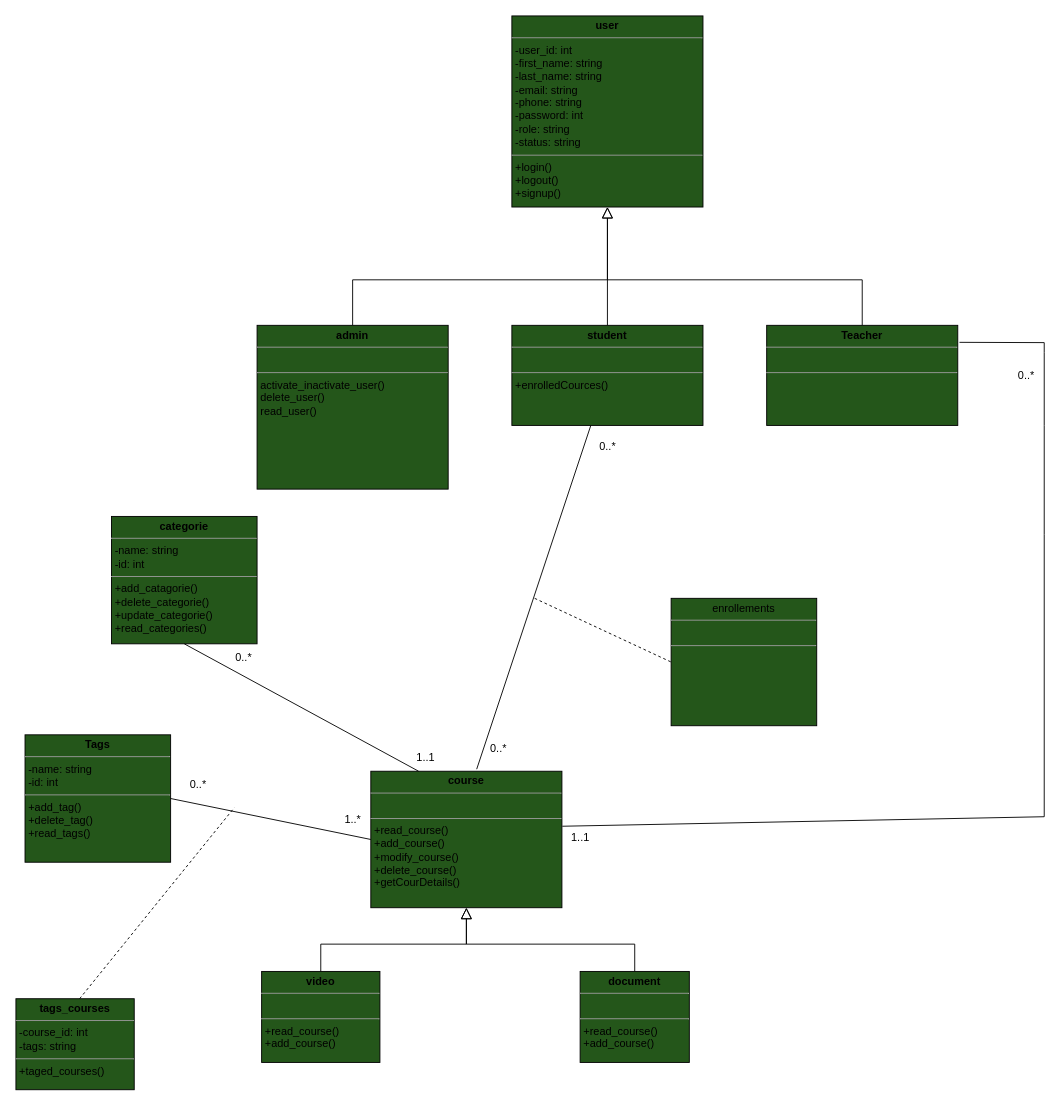
Abderrahman-Ahouari/brief-crois-e-2-Plateforme-de-Cours-en-Ligne-Youdemy keeps this draw.io diagram as UML/diagramme_de_classe.drawio. Above is the earlier version. Source tidied: cells renumbered, new cells numbered last; positions are measured from the earlier drawing's top-left corner, leaving out a move shared by most shapes. Both pictures are drawn from the tidied source at 91%, with x=0, y=0 at pixel (15, 15).
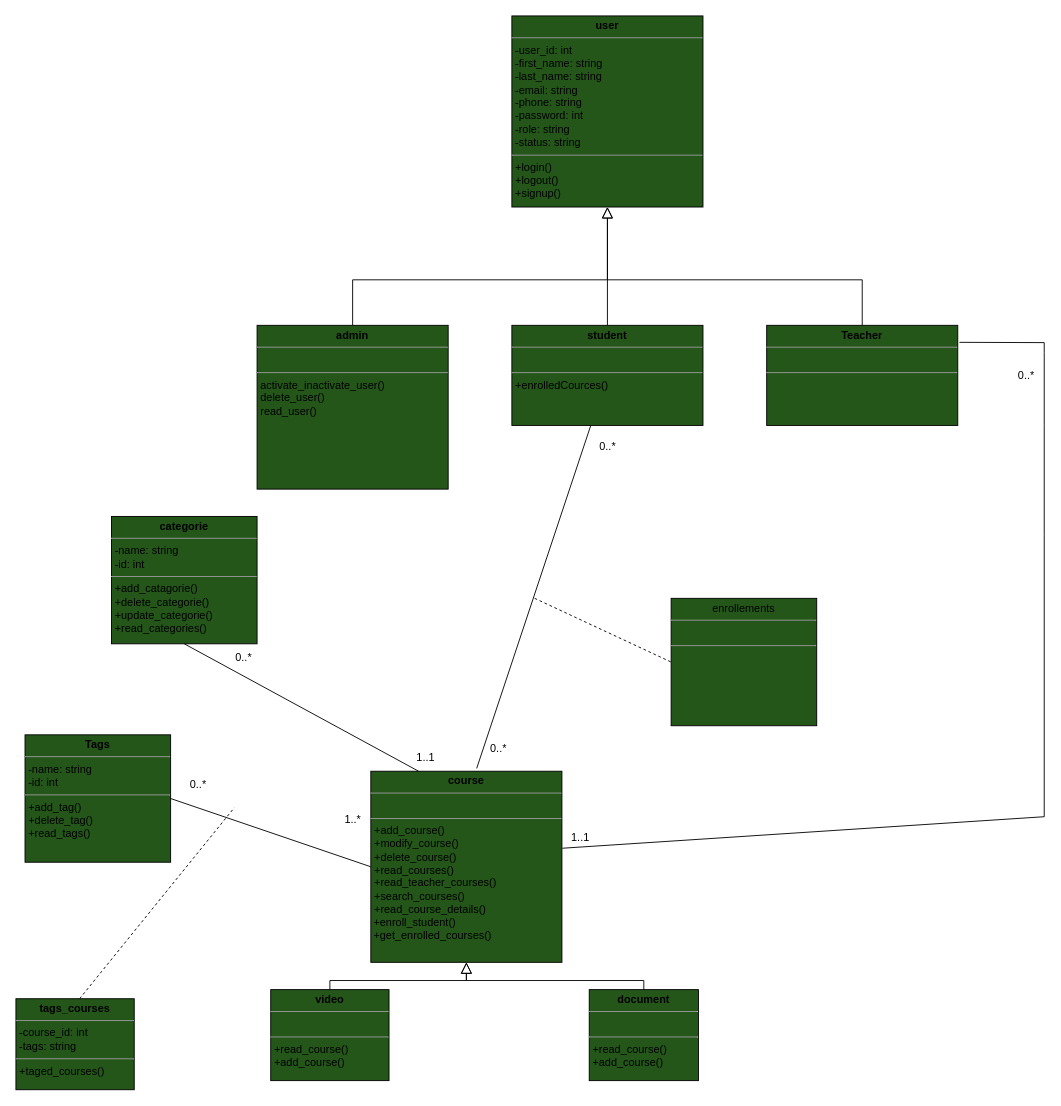
After the change.

What changed in the source:
```diff
@@
-    <mxCell id="8" value="&lt;p style=&quot;margin:0px;margin-top:4px;text-align:center;&quot;&gt;&lt;b&gt;course&lt;/b&gt;&lt;/p&gt;&lt;hr size=&quot;1&quot;&gt;&lt;p style=&quot;margin:0px;margin-left:4px;&quot;&gt;&lt;br&gt;&lt;/p&gt;&lt;hr size=&quot;1&quot;&gt;&lt;p style=&quot;margin:0px;margin-left:4px;&quot;&gt;+read_course()&lt;/p&gt;&lt;p style=&quot;margin:0px;margin-left:4px;&quot;&gt;&lt;span style=&quot;background-color: initial;&quot;&gt;+add_course()&lt;/span&gt;&lt;br&gt;&lt;/p&gt;&lt;p style=&quot;margin: 0px 0px 0px 4px;&quot;&gt;+modify_course()&lt;br&gt;&lt;/p&gt;&lt;p style=&quot;margin: 0px 0px 0px 4px;&quot;&gt;+delete_course()&lt;/p&gt;&lt;p style=&quot;margin: 0px 0px 0px 4px;&quot;&gt;+getCourDetails()&lt;/p&gt;&lt;p style=&quot;margin: 0px 0px 0px 4px;&quot;&gt;&lt;br&gt;&lt;/p&gt;&lt;p style=&quot;margin: 0px 0px 0px 4px;&quot;&gt;&lt;br&gt;&lt;/p&gt;" style="verticalAlign=top;align=left;overflow=fill;fontSize=12;fontFamily=Helvetica;html=1;fillColor=#24561A;" parent="1" vertex="1">
-      <mxGeometry x="390" y="830" width="210" height="150" as="geometry" />
+    <mxCell id="8" value="&lt;p style=&quot;margin:0px;margin-top:4px;text-align:center;&quot;&gt;&lt;b&gt;course&lt;/b&gt;&lt;/p&gt;&lt;hr size=&quot;1&quot;&gt;&lt;p style=&quot;margin:0px;margin-left:4px;&quot;&gt;&lt;br&gt;&lt;/p&gt;&lt;hr size=&quot;1&quot;&gt;&lt;p style=&quot;margin:0px;margin-left:4px;&quot;&gt;&lt;span style=&quot;background-color: initial;&quot;&gt;+add_course()&lt;/span&gt;&lt;br&gt;&lt;/p&gt;&lt;p style=&quot;margin: 0px 0px 0px 4px;&quot;&gt;+modify_course()&lt;br&gt;&lt;/p&gt;&lt;p style=&quot;margin: 0px 0px 0px 4px;&quot;&gt;+delete_course()&lt;/p&gt;&lt;p style=&quot;margin: 0px 0px 0px 4px;&quot;&gt;+read_courses()&lt;/p&gt;&lt;p style=&quot;margin: 0px 0px 0px 4px;&quot;&gt;+read_teacher_courses()&lt;/p&gt;&lt;p style=&quot;margin: 0px 0px 0px 4px;&quot;&gt;+search_courses()&lt;/p&gt;&lt;p style=&quot;margin: 0px 0px 0px 4px;&quot;&gt;+read_course_details()&lt;/p&gt;&lt;div&gt;&amp;nbsp;+enroll_student()&lt;/div&gt;&lt;div&gt;&amp;nbsp;+get_enrolled_courses()&lt;/div&gt;" style="verticalAlign=top;align=left;overflow=fill;fontSize=12;fontFamily=Helvetica;html=1;fillColor=#24561A;" parent="1" vertex="1">
+      <mxGeometry x="390" y="830" width="210" height="210" as="geometry" />
     </mxCell>
     <mxCell id="9" value="&lt;p style=&quot;margin:0px;margin-top:4px;text-align:center;&quot;&gt;&lt;b&gt;video&lt;/b&gt;&lt;/p&gt;&lt;hr size=&quot;1&quot;&gt;&lt;p style=&quot;margin:0px;margin-left:4px;&quot;&gt;&lt;br&gt;&lt;/p&gt;&lt;hr size=&quot;1&quot;&gt;&lt;p style=&quot;margin: 0px 0px 0px 4px;&quot;&gt;+read_course()&lt;/p&gt;&lt;p style=&quot;margin: 0px 0px 0px 4px;&quot;&gt;&lt;span style=&quot;background-color: initial;&quot;&gt;+add_course()&lt;/span&gt;&lt;/p&gt;" style="verticalAlign=top;align=left;overflow=fill;fontSize=12;fontFamily=Helvetica;html=1;fillColor=#24561A;" parent="1" vertex="1">
-      <mxGeometry x="270" y="1050" width="130" height="100" as="geometry" />
+      <mxGeometry x="280" y="1070" width="130" height="100" as="geometry" />
     </mxCell>
     <mxCell id="10" value="&lt;p style=&quot;margin:0px;margin-top:4px;text-align:center;&quot;&gt;&lt;b&gt;document&lt;/b&gt;&lt;/p&gt;&lt;hr size=&quot;1&quot;&gt;&lt;p style=&quot;margin:0px;margin-left:4px;&quot;&gt;&lt;br&gt;&lt;/p&gt;&lt;hr size=&quot;1&quot;&gt;&lt;p style=&quot;margin: 0px 0px 0px 4px;&quot;&gt;+read_course()&lt;/p&gt;&lt;p style=&quot;margin: 0px 0px 0px 4px;&quot;&gt;&lt;span style=&quot;background-color: initial;&quot;&gt;+add_course()&lt;/span&gt;&lt;/p&gt;" style="verticalAlign=top;align=left;overflow=fill;fontSize=12;fontFamily=Helvetica;html=1;fillColor=#24561A;" parent="1" vertex="1">
-      <mxGeometry x="620" y="1050" width="120" height="100" as="geometry" />
+      <mxGeometry x="630" y="1070" width="120" height="100" as="geometry" />
     </mxCell>
     <mxCell id="11" style="endArrow=block;endSize=10;endFill=0;shadow=0;strokeWidth=1;rounded=0;edgeStyle=elbowEdgeStyle;elbow=vertical;entryX=0.5;entryY=1;entryDx=0;entryDy=0;exitX=0.5;exitY=0;exitDx=0;exitDy=0;" parent="1" edge="1" source="9" target="8">
       <mxGeometry relative="1" as="geometry">
         <Array as="points">
-          <mxPoint x="455" y="1020" />
-          <mxPoint x="415" y="1010" />
+          <mxPoint x="450" y="1060" />
+          <mxPoint x="420" y="1040" />
           <mxPoint x="470" y="990" />
           <mxPoint x="600" y="976" />
           <mxPoint x="600" y="1026" />
         </Array>
       </mxGeometry>
     </mxCell>
     <mxCell id="12" style="endArrow=block;endSize=10;endFill=0;shadow=0;strokeWidth=1;rounded=0;edgeStyle=elbowEdgeStyle;elbow=vertical;entryX=0.5;entryY=1;entryDx=0;entryDy=0;exitX=0.5;exitY=0;exitDx=0;exitDy=0;" parent="1" edge="1" source="10" target="8">
       <mxGeometry relative="1" as="geometry">
         <Array as="points">
+          <mxPoint x="530" y="1060" />
+          <mxPoint x="530" y="1040" />
           <mxPoint x="565" y="1020" />
           <mxPoint x="525" y="1010" />
           <mxPoint x="560" y="980" />
           <mxPoint x="550" y="990" />
           <mxPoint x="610" y="986" />
           <mxPoint x="610" y="1036" />
         </Array>
       </mxGeometry>
     </mxCell>
```
